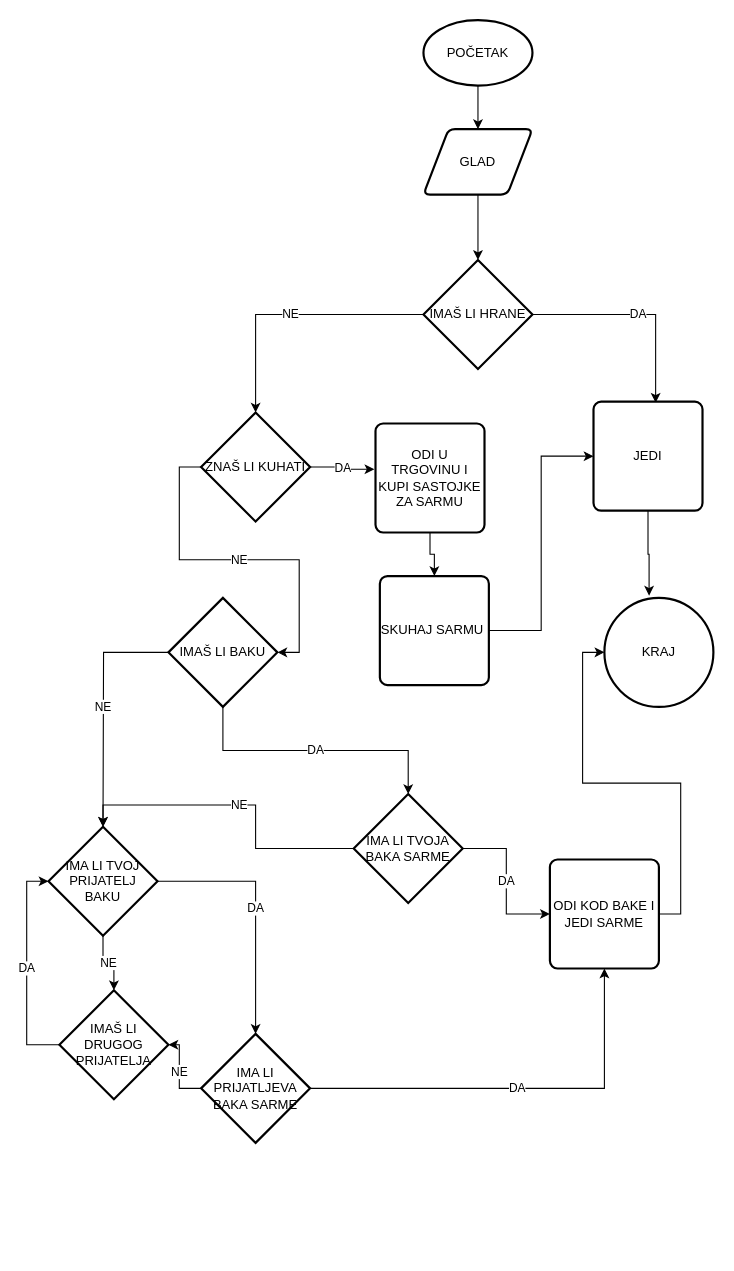
Before: Untitled Diagram.drawio in jeroooo/jero, a draw.io diagram. Source tidied: cells renumbered, new cells numbered last; positions are measured from the earlier drawing's top-left corner, leaving out a move shared by most shapes. Both pictures are drawn from the tidied source at 109%, with x=0, y=0 at pixel (48, 20).
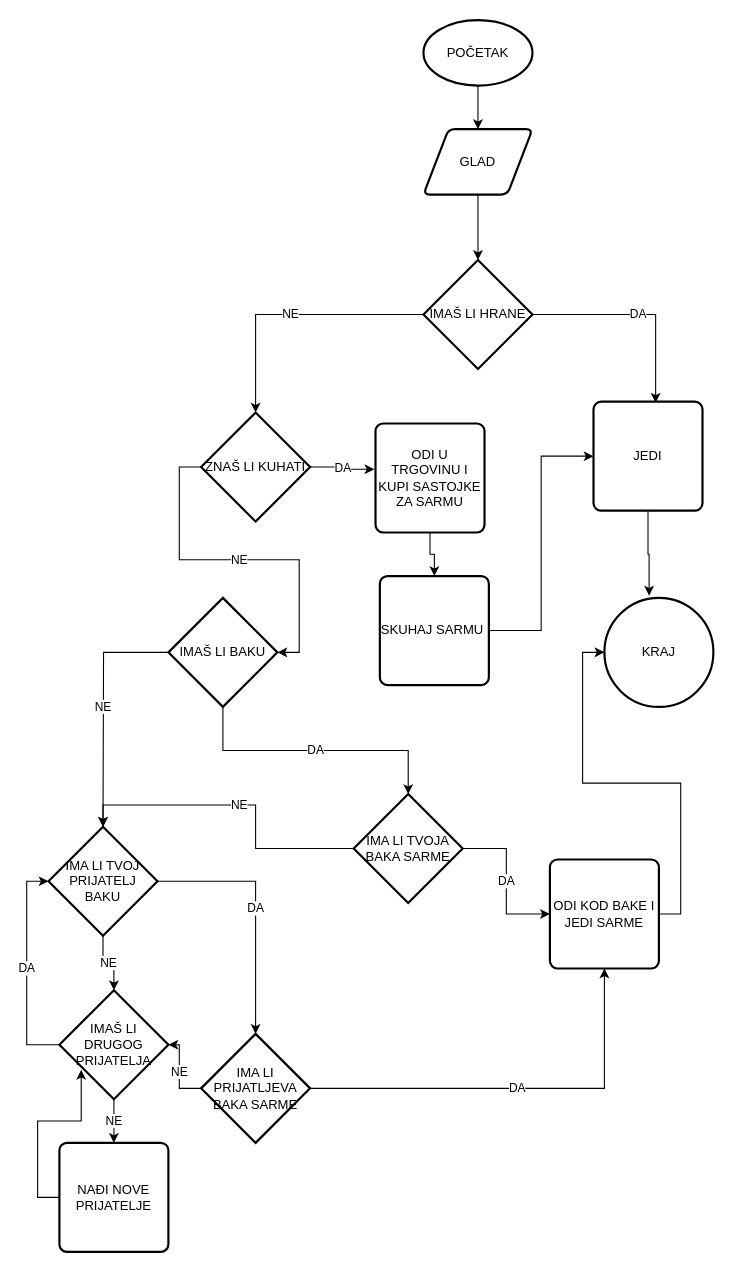
After the change.

The change refers to these unchanged cells:
```xml
<mxCell id="34" value="IMAŠ LI DRUGOG PRIJATELJA" style="strokeWidth=2;html=1;shape=mxgraph.flowchart.decision;whiteSpace=wrap;" parent="1" vertex="1">
  <mxGeometry x="10" y="890" width="100" height="100" as="geometry" />
</mxCell>
```

The edit, as a diff of the source:
```diff
@@
+    <mxCell id="35" value="NE" style="edgeStyle=orthogonalEdgeStyle;rounded=0;jettySize=auto;html=1;exitX=0.5;exitY=1;exitDx=0;exitDy=0;exitPerimeter=0;entryX=0.5;entryY=0;entryDx=0;entryDy=0;" parent="1" edge="1" source="34" target="37">
+      <mxGeometry relative="1" as="geometry" />
+    </mxCell>
@@
+    <mxCell id="36" style="edgeStyle=orthogonalEdgeStyle;rounded=0;jettySize=auto;html=1;exitX=0;exitY=0.5;exitDx=0;exitDy=0;entryX=0.2;entryY=0.73;entryDx=0;entryDy=0;entryPerimeter=0;" parent="1" edge="1" source="37" target="34">
+      <mxGeometry relative="1" as="geometry" />
+    </mxCell>
+    <mxCell id="37" value="NAĐI NOVE PRIJATELJE" style="rounded=1;whiteSpace=wrap;html=1;absoluteArcSize=1;arcSize=14;strokeWidth=2;" parent="1" vertex="1">
+      <mxGeometry x="10" y="1030" width="100" height="100" as="geometry" />
+    </mxCell>
```
